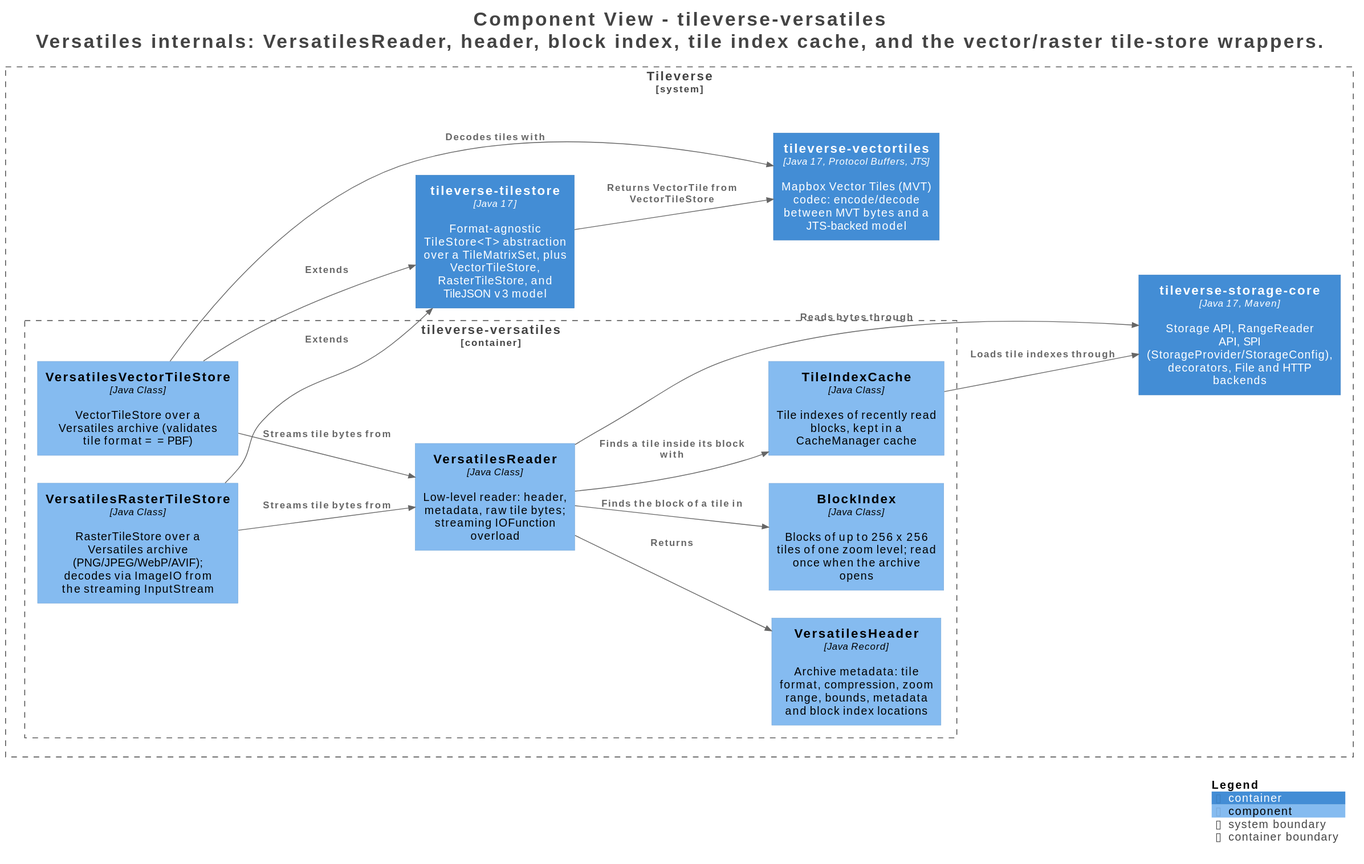
tileverse-io/tileverse keeps this PlantUML diagram as assets/images/storage/structurizr-VersatilesComponents.svg. Above is the earlier version.
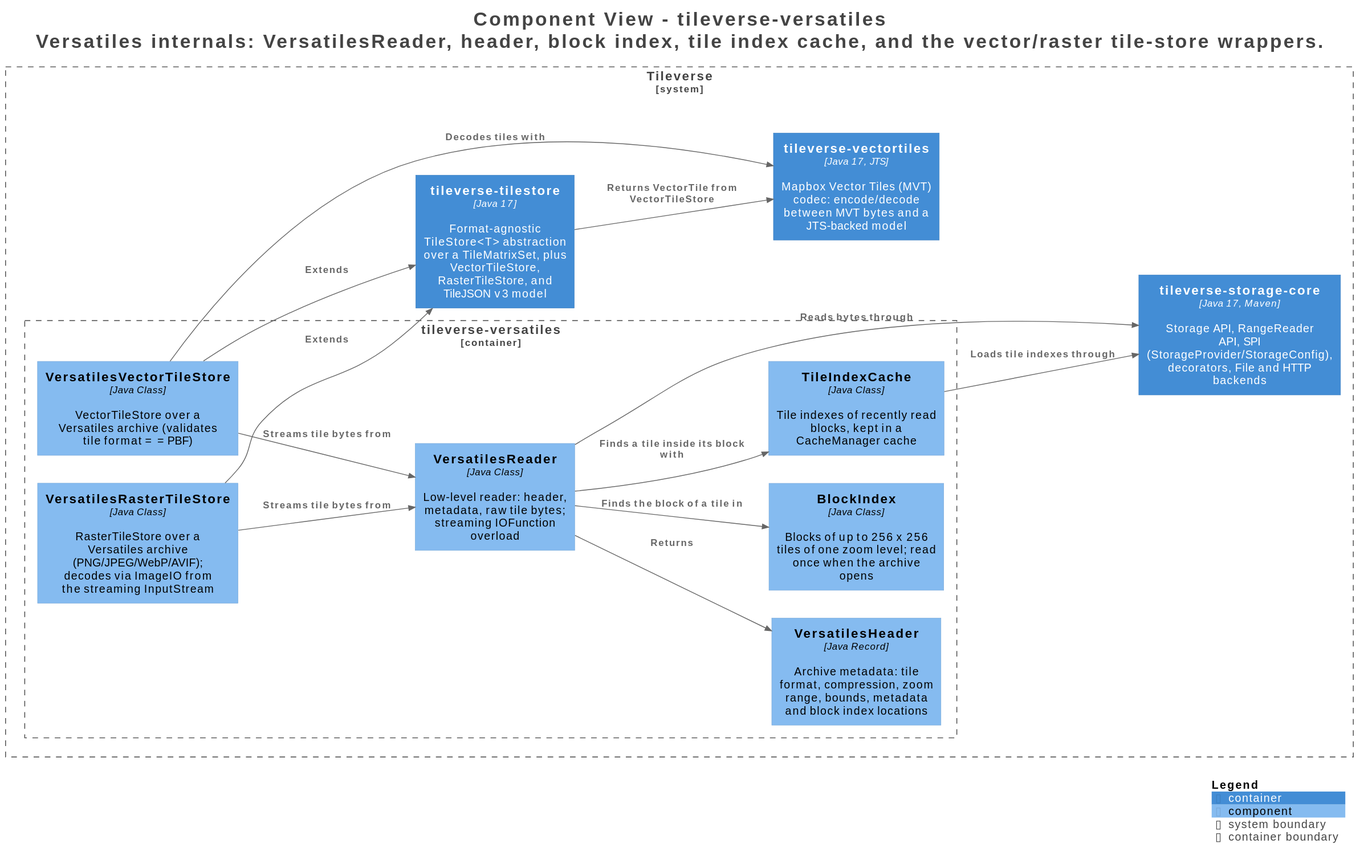
Later version of the same file.

Change to the diagram source:
```diff
@@ -26,7 +26,7 @@
     Component(Tileverse.tileverseversatiles.VersatilesRasterTileStore, "VersatilesRasterTileStore", $techn="Java Class", $descr="RasterTileStore over a Versatiles archive (PNG/JPEG/WebP/AVIF); decodes via ImageIO from the streaming InputStream", $tags="", $link="")
   }
 
-  Container(Tileverse.tileversevectortiles, "tileverse-vectortiles", $techn="Java 17, Protocol Buffers, JTS", $descr="Mapbox Vector Tiles (MVT) codec: encode/decode between MVT bytes and a JTS-backed model", $tags="", $link="")
+  Container(Tileverse.tileversevectortiles, "tileverse-vectortiles", $techn="Java 17, JTS", $descr="Mapbox Vector Tiles (MVT) codec: encode/decode between MVT bytes and a JTS-backed model", $tags="", $link="")
   Container(Tileverse.tileversetilestore, "tileverse-tilestore", $techn="Java 17", $descr="Format-agnostic TileStore<T> abstraction over a TileMatrixSet, plus VectorTileStore, RasterTileStore, and TileJSON v3 model", $tags="", $link="")
   Container(Tileverse.tileversestoragecore, "tileverse-storage-core", $techn="Java 17, Maven", $descr="Storage API, RangeReader API, SPI (StorageProvider/StorageConfig), decorators, File and HTTP backends", $tags="", $link="")
 }
```
